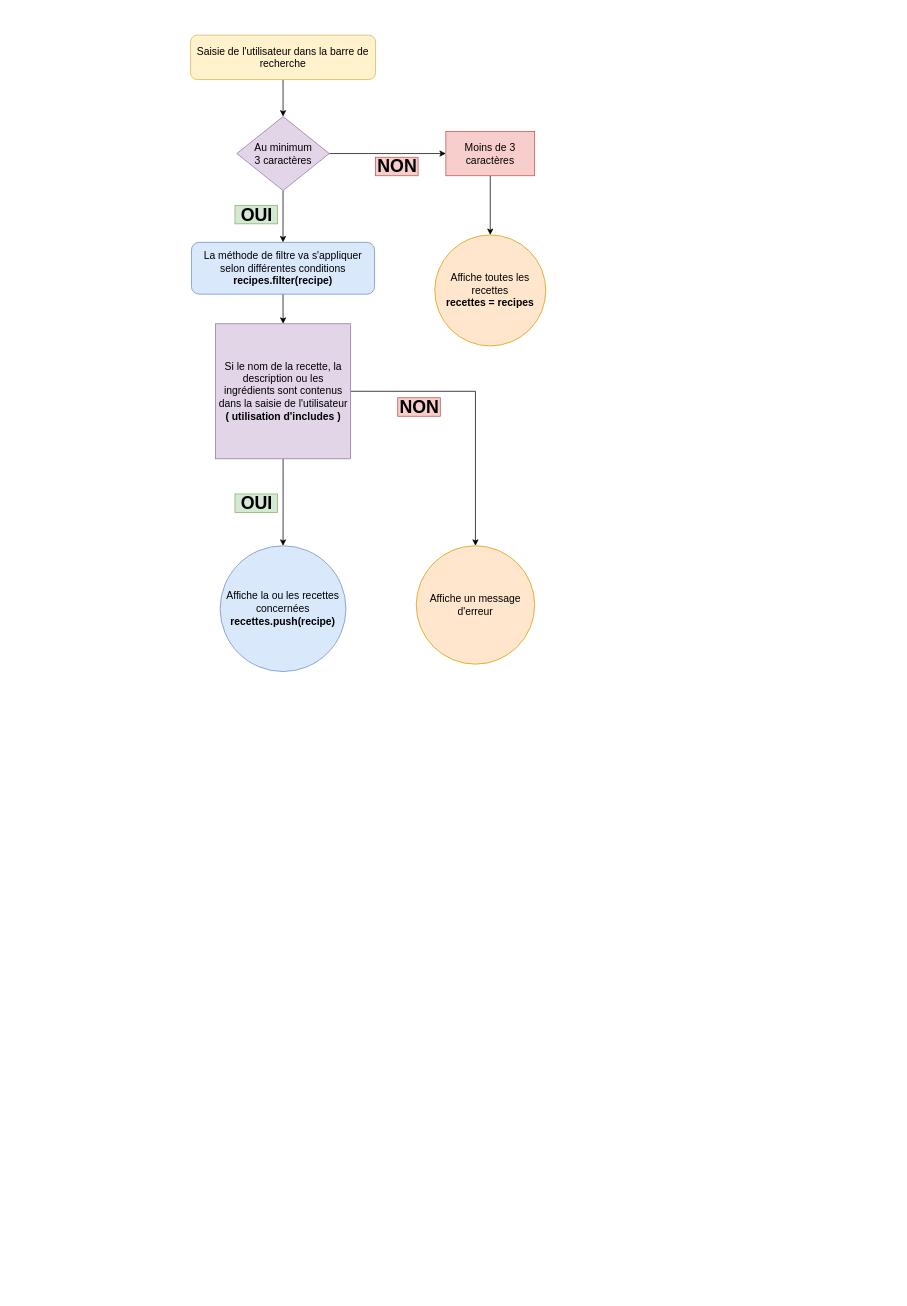
The draw.io diagram page "Page-1" (1 of 2) of Diagramme sans nom.drawio in julienberal75014/P7_LesPetitsPlats_Project, before the edit. Source tidied: cells renumbered, new cells numbered last; positions are measured from the earlier drawing's top-left corner, leaving out a move shared by most shapes. Both pictures are drawn from the tidied source at 74%, with x=0, y=0 at pixel (190, 35).
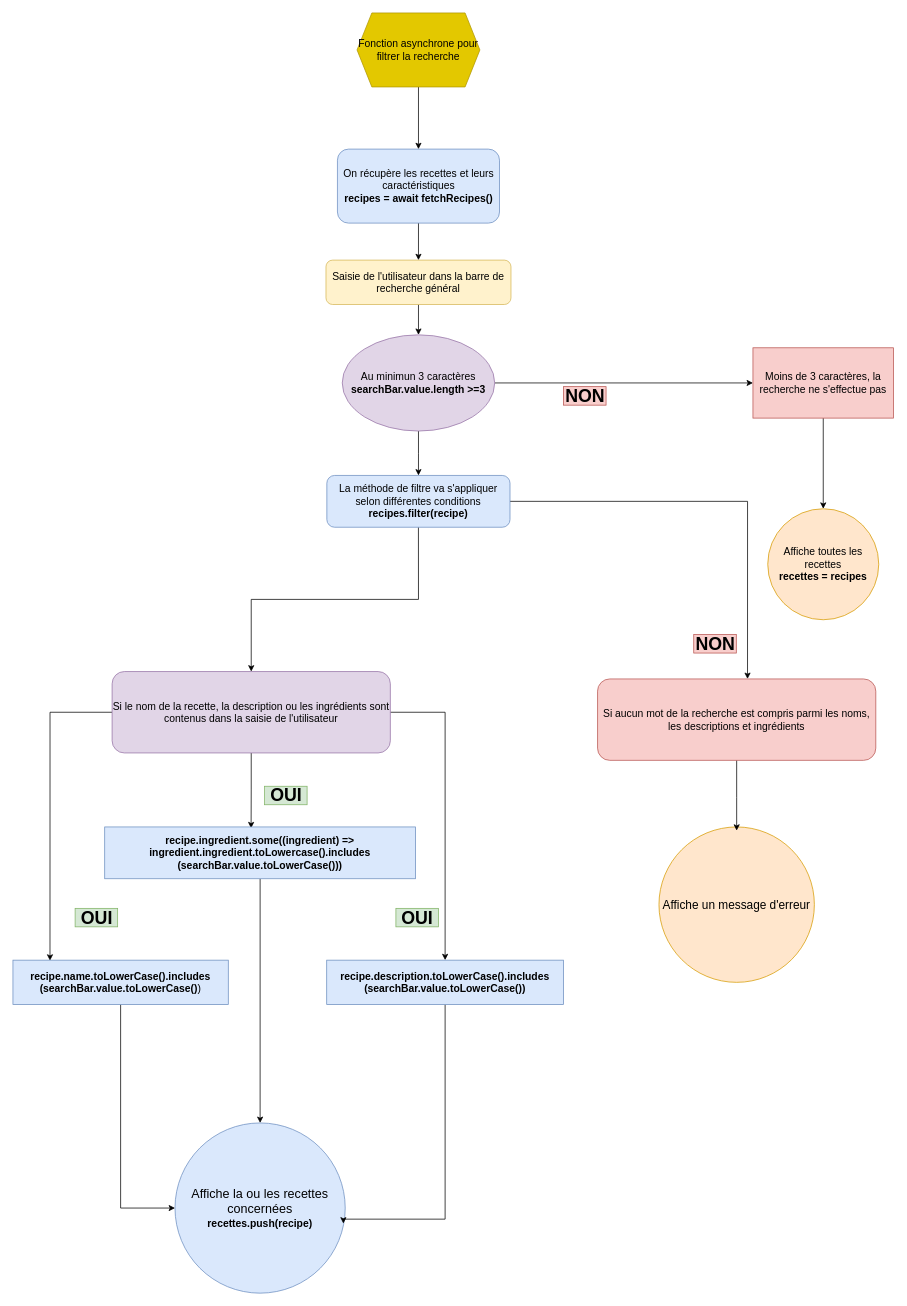
The same diagram, later.

What changed in the source:
```diff
@@
-    <mxCell id="2" style="edgeStyle=orthogonalEdgeStyle;rounded=0;jettySize=auto;html=1;exitX=0.5;exitY=1;exitDx=0;exitDy=0;" parent="1" edge="1" source="3" target="6">
-      <mxGeometry relative="1" as="geometry" />
-    </mxCell>
+    <mxCell id="21" style="edgeStyle=orthogonalEdgeStyle;rounded=0;jettySize=auto;html=1;exitX=0.5;exitY=1;exitDx=0;exitDy=0;fontSize=14;" parent="1" edge="1" source="3" target="30">
+      <mxGeometry relative="1" as="geometry" />
+    </mxCell>
-    <mxCell id="3" value="&lt;font style=&quot;font-size: 14px;&quot;&gt;Saisie de l'utilisateur dans la barre de recherche&lt;/font&gt;" style="rounded=1;whiteSpace=wrap;html=1;fillColor=#fff2cc;strokeColor=#d6b656;" parent="1" vertex="1">
-      <mxGeometry width="250" height="60" as="geometry" />
+    <mxCell id="3" value="&lt;font style=&quot;font-size: 14px;&quot;&gt;Saisie de l'utilisateur dans la barre de recherche général&lt;br&gt;&lt;/font&gt;" style="rounded=1;whiteSpace=wrap;html=1;fillColor=#fff2cc;strokeColor=#d6b656;" parent="1" vertex="1">
+      <mxGeometry x="183" y="304" width="250" height="60" as="geometry" />
     </mxCell>
-    <mxCell id="4" style="edgeStyle=orthogonalEdgeStyle;rounded=0;jettySize=auto;html=1;exitX=0.5;exitY=1;exitDx=0;exitDy=0;entryX=0.5;entryY=0;entryDx=0;entryDy=0;" parent="1" edge="1" source="6" target="8">
-      <mxGeometry relative="1" as="geometry" />
-    </mxCell>
-    <mxCell id="5" style="edgeStyle=orthogonalEdgeStyle;rounded=0;jettySize=auto;html=1;exitX=1;exitY=0.5;exitDx=0;exitDy=0;" parent="1" edge="1" source="6" target="18">
-      <mxGeometry relative="1" as="geometry" />
-    </mxCell>
-    <mxCell id="6" value="&lt;div style=&quot;font-size: 14px;&quot;&gt;Au minimum&lt;/div&gt;&lt;div style=&quot;font-size: 14px;&quot;&gt;3 caractères&lt;br&gt;&lt;/div&gt;" style="rhombus;whiteSpace=wrap;html=1;fillColor=#e1d5e7;strokeColor=#9673a6;" parent="1" vertex="1">
-      <mxGeometry x="62.5" y="110" width="125" height="100" as="geometry" />
-    </mxCell>
-    <mxCell id="7" style="edgeStyle=orthogonalEdgeStyle;rounded=0;jettySize=auto;html=1;exitX=0.5;exitY=1;exitDx=0;exitDy=0;" parent="1" edge="1" source="8" target="11">
-      <mxGeometry relative="1" as="geometry" />
-    </mxCell>
+    <mxCell id="22" style="edgeStyle=orthogonalEdgeStyle;rounded=0;jettySize=auto;html=1;exitX=0.5;exitY=1;exitDx=0;exitDy=0;fontFamily=Helvetica;fontSize=14;" parent="1" edge="1" source="8" target="34">
+      <mxGeometry relative="1" as="geometry" />
+    </mxCell>
+    <mxCell id="23" style="edgeStyle=orthogonalEdgeStyle;rounded=0;jettySize=auto;html=1;exitX=1;exitY=0.5;exitDx=0;exitDy=0;entryX=0.539;entryY=0;entryDx=0;entryDy=0;entryPerimeter=0;fontFamily=Helvetica;fontSize=14;" parent="1" edge="1" source="8" target="44">
+      <mxGeometry relative="1" as="geometry" />
+    </mxCell>
     <mxCell id="8" value="&lt;div align=&quot;center&quot;&gt;&lt;font style=&quot;font-size: 14px;&quot;&gt;La méthode de filtre va s'appliquer selon différentes conditions&lt;b&gt;&lt;br&gt;&lt;/b&gt;&lt;/font&gt;&lt;/div&gt;&lt;div align=&quot;center&quot;&gt;&lt;div align=&quot;center&quot;&gt;&lt;font style=&quot;font-size: 14px;&quot;&gt;&lt;b&gt;recipes.filter(recipe)&lt;/b&gt;&lt;/font&gt;&lt;/div&gt;&lt;/div&gt;" style="rounded=1;whiteSpace=wrap;html=1;align=center;fillColor=#dae8fc;strokeColor=#6c8ebf;" parent="1" vertex="1">
-      <mxGeometry x="1.2" y="280" width="247.5" height="70" as="geometry" />
+      <mxGeometry x="184.2" y="595" width="247.5" height="70" as="geometry" />
     </mxCell>
-    <mxCell id="9" style="edgeStyle=orthogonalEdgeStyle;rounded=0;jettySize=auto;html=1;exitX=0.5;exitY=1;exitDx=0;exitDy=0;entryX=0.5;entryY=0;entryDx=0;entryDy=0;" parent="1" edge="1" source="11" target="12">
-      <mxGeometry relative="1" as="geometry" />
-    </mxCell>
-    <mxCell id="10" style="edgeStyle=orthogonalEdgeStyle;rounded=0;jettySize=auto;html=1;exitX=1;exitY=0.5;exitDx=0;exitDy=0;fontSize=14;" parent="1" edge="1" source="11" target="20">
-      <mxGeometry relative="1" as="geometry" />
-    </mxCell>
-    <mxCell id="11" value="&lt;div style=&quot;font-size: 14px;&quot;&gt;Si le nom de la recette, la description ou les ingrédients sont contenus dans la saisie de l'utilisateur&lt;/div&gt;&lt;div style=&quot;font-size: 14px;&quot;&gt;&lt;b&gt;( utilisation d'includes )&lt;/b&gt;&lt;br&gt;&lt;/div&gt;" style="whiteSpace=wrap;html=1;fillColor=#e1d5e7;strokeColor=#9673a6;" parent="1" vertex="1">
-      <mxGeometry x="33.8" y="390" width="182.5" height="182.5" as="geometry" />
-    </mxCell>
-    <mxCell id="12" value="&lt;div style=&quot;font-size: 14px;&quot;&gt;&lt;font style=&quot;font-size: 14px;&quot;&gt;Affiche la ou les recettes concernées&lt;/font&gt;&lt;/div&gt;&lt;div style=&quot;font-size: 14px;&quot;&gt;&lt;font style=&quot;font-size: 14px;&quot;&gt;&lt;b&gt;recettes.push(recipe)&lt;/b&gt;&lt;/font&gt;&lt;br&gt;&lt;/div&gt;" style="ellipse;whiteSpace=wrap;html=1;fillColor=#dae8fc;strokeColor=#6c8ebf;" parent="1" vertex="1">
-      <mxGeometry x="40" y="690" width="170" height="170" as="geometry" />
+    <mxCell id="12" value="&lt;div style=&quot;font-size: 17px;&quot;&gt;&lt;font style=&quot;font-size: 17px;&quot;&gt;Affiche la ou les recettes concernées&lt;/font&gt;&lt;/div&gt;&lt;div style=&quot;font-size: 14px;&quot;&gt;&lt;font style=&quot;font-size: 14px;&quot;&gt;&lt;b&gt;recettes.push(recipe)&lt;/b&gt;&lt;/font&gt;&lt;br&gt;&lt;/div&gt;" style="ellipse;whiteSpace=wrap;html=1;fillColor=#dae8fc;strokeColor=#6c8ebf;" parent="1" vertex="1">
+      <mxGeometry x="-21" y="1470" width="230" height="230" as="geometry" />
     </mxCell>
-    <mxCell id="13" value="OUI" style="text;strokeColor=#82b366;fillColor=#d5e8d4;html=1;fontSize=24;fontStyle=1;verticalAlign=middle;align=center;" parent="1" vertex="1">
-      <mxGeometry x="60" y="230" width="57.5" height="25" as="geometry" />
-    </mxCell>
     <mxCell id="14" value="&lt;div style=&quot;font-size: 14px;&quot;&gt;&lt;font style=&quot;font-size: 14px;&quot;&gt;Affiche toutes les recettes&lt;/font&gt;&lt;/div&gt;&lt;div style=&quot;font-size: 14px;&quot;&gt;&lt;font style=&quot;font-size: 14px;&quot;&gt;&lt;b&gt;recettes = recipes&lt;/b&gt;&lt;/font&gt;&lt;br&gt;&lt;/div&gt;" style="ellipse;whiteSpace=wrap;html=1;fillColor=#ffe6cc;strokeColor=#d79b00;" parent="1" vertex="1">
-      <mxGeometry x="330" y="270" width="150" height="150" as="geometry" />
+      <mxGeometry x="780" y="640" width="150" height="150" as="geometry" />
     </mxCell>
     <mxCell id="15" value="NON" style="text;strokeColor=#b85450;fillColor=#f8cecc;html=1;fontSize=24;fontStyle=1;verticalAlign=middle;align=center;" parent="1" vertex="1">
-      <mxGeometry x="280" y="490" width="57.5" height="25" as="geometry" />
+      <mxGeometry x="680" y="810" width="57.5" height="25" as="geometry" />
     </mxCell>
     <mxCell id="16" value="OUI" style="text;strokeColor=#82b366;fillColor=#d5e8d4;html=1;fontSize=24;fontStyle=1;verticalAlign=middle;align=center;" parent="1" vertex="1">
-      <mxGeometry x="60" y="620" width="57.5" height="25" as="geometry" />
+      <mxGeometry x="100" y="1015" width="57.5" height="25" as="geometry" />
     </mxCell>
-    <mxCell id="17" style="edgeStyle=orthogonalEdgeStyle;rounded=0;jettySize=auto;html=1;exitX=0.5;exitY=1;exitDx=0;exitDy=0;fontSize=14;" parent="1" edge="1" source="18" target="14">
+    <mxCell id="17" style="edgeStyle=orthogonalEdgeStyle;rounded=0;jettySize=auto;html=1;exitX=0.5;exitY=1;exitDx=0;exitDy=0;fontFamily=Helvetica;fontSize=14;" parent="1" edge="1" source="18" target="14">
       <mxGeometry relative="1" as="geometry" />
     </mxCell>
-    <mxCell id="18" value="&lt;font style=&quot;font-size: 14px;&quot;&gt;Moins de 3 caractères&lt;/font&gt;" style="rounded=0;whiteSpace=wrap;html=1;fillColor=#f8cecc;strokeColor=#b85450;" parent="1" vertex="1">
-      <mxGeometry x="345" y="130" width="120" height="60" as="geometry" />
+    <mxCell id="18" value="&lt;font style=&quot;font-size: 14px;&quot;&gt;Moins de 3 caractères, la recherche ne s'effectue pas&lt;br&gt;&lt;/font&gt;" style="rounded=0;whiteSpace=wrap;html=1;fillColor=#f8cecc;strokeColor=#b85450;" parent="1" vertex="1">
+      <mxGeometry x="760" y="422.5" width="190" height="95" as="geometry" />
     </mxCell>
     <mxCell id="19" value="NON" style="text;strokeColor=#b85450;fillColor=#f8cecc;html=1;fontSize=24;fontStyle=1;verticalAlign=middle;align=center;" parent="1" vertex="1">
-      <mxGeometry x="250" y="165" width="57.5" height="25" as="geometry" />
+      <mxGeometry x="504" y="475" width="57.5" height="25" as="geometry" />
     </mxCell>
-    <mxCell id="20" value="Affiche un message d'erreur" style="ellipse;whiteSpace=wrap;html=1;fontSize=14;fillColor=#ffe6cc;strokeColor=#d79b00;" parent="1" vertex="1">
-      <mxGeometry x="305" y="690" width="160" height="160" as="geometry" />
+    <mxCell id="20" value="&lt;p style=&quot;line-height: 100%; font-size: 16px;&quot;&gt;&lt;font style=&quot;font-size: 16px;&quot;&gt;Affiche un message d'erreur&lt;br&gt;&lt;/font&gt;&lt;/p&gt;" style="ellipse;whiteSpace=wrap;html=1;fontSize=14;fillColor=#ffe6cc;strokeColor=#d79b00;fontStyle=0;" parent="1" vertex="1">
+      <mxGeometry x="633" y="1070" width="210" height="210" as="geometry" />
     </mxCell>
+    <mxCell id="24" style="edgeStyle=orthogonalEdgeStyle;rounded=0;jettySize=auto;html=1;exitX=0.5;exitY=1;exitDx=0;exitDy=0;fontSize=14;" parent="1" edge="1" source="25" target="3">
+      <mxGeometry relative="1" as="geometry" />
+    </mxCell>
+    <mxCell id="25" value="&lt;div&gt;On récupère les recettes et leurs caractéristiques&lt;/div&gt;&lt;div&gt;&lt;div&gt;&lt;b&gt;recipes = await fetchRecipes()&lt;/b&gt;&lt;/div&gt;&lt;/div&gt;" style="rounded=1;whiteSpace=wrap;html=1;fontSize=14;fillColor=#dae8fc;strokeColor=#6c8ebf;" parent="1" vertex="1">
+      <mxGeometry x="198.5" y="154" width="219" height="100" as="geometry" />
+    </mxCell>
+    <mxCell id="26" style="edgeStyle=orthogonalEdgeStyle;rounded=0;jettySize=auto;html=1;exitX=0.5;exitY=1;exitDx=0;exitDy=0;fontFamily=Helvetica;fontSize=14;" parent="1" edge="1" source="27" target="25">
+      <mxGeometry relative="1" as="geometry" />
+    </mxCell>
+    <mxCell id="27" value="Fonction asynchrone pour filtrer la recherche" style="shape=hexagon;perimeter=hexagonPerimeter2;whiteSpace=wrap;html=1;fixedSize=1;fontSize=14;fillColor=#e3c800;fontColor=#000000;strokeColor=#B09500;" parent="1" vertex="1">
+      <mxGeometry x="225" y="-30" width="166" height="100" as="geometry" />
+    </mxCell>
+    <mxCell id="28" style="edgeStyle=orthogonalEdgeStyle;rounded=0;jettySize=auto;html=1;exitX=1;exitY=0.5;exitDx=0;exitDy=0;fontSize=14;" parent="1" edge="1" source="30" target="18">
+      <mxGeometry relative="1" as="geometry" />
+    </mxCell>
+    <mxCell id="29" style="edgeStyle=orthogonalEdgeStyle;rounded=0;jettySize=auto;html=1;exitX=0.5;exitY=1;exitDx=0;exitDy=0;fontSize=14;" parent="1" edge="1" source="30" target="8">
+      <mxGeometry relative="1" as="geometry" />
+    </mxCell>
+    <mxCell id="30" value="&lt;div style=&quot;font-size: 14px;&quot;&gt;Au minimun 3 caractères&lt;/div&gt;&lt;b&gt;searchBar.value.length &amp;gt;=3&lt;/b&gt;" style="ellipse;whiteSpace=wrap;html=1;fontSize=14;fillColor=#e1d5e7;strokeColor=#9673a6;" parent="1" vertex="1">
+      <mxGeometry x="205" y="405" width="206" height="130" as="geometry" />
+    </mxCell>
+    <mxCell id="31" style="edgeStyle=orthogonalEdgeStyle;rounded=0;jettySize=auto;html=1;exitX=0;exitY=0.5;exitDx=0;exitDy=0;entryX=0.172;entryY=0.011;entryDx=0;entryDy=0;entryPerimeter=0;fontFamily=Helvetica;fontSize=14;" parent="1" edge="1" source="34" target="36">
+      <mxGeometry relative="1" as="geometry" />
+    </mxCell>
+    <mxCell id="32" style="edgeStyle=orthogonalEdgeStyle;rounded=0;jettySize=auto;html=1;exitX=1;exitY=0.5;exitDx=0;exitDy=0;fontFamily=Helvetica;fontSize=14;" parent="1" edge="1" source="34" target="38">
+      <mxGeometry relative="1" as="geometry" />
+    </mxCell>
+    <mxCell id="33" style="edgeStyle=orthogonalEdgeStyle;rounded=0;jettySize=auto;html=1;exitX=0.5;exitY=1;exitDx=0;exitDy=0;entryX=0.471;entryY=0.026;entryDx=0;entryDy=0;entryPerimeter=0;fontFamily=Helvetica;fontSize=14;" parent="1" edge="1" source="34" target="40">
+      <mxGeometry relative="1" as="geometry" />
+    </mxCell>
+    <mxCell id="34" value="&lt;div style=&quot;font-size: 14px;&quot;&gt;Si le nom de la recette, la description ou les ingrédients sont contenus dans la saisie de l'utilisateur&lt;/div&gt;" style="rounded=1;whiteSpace=wrap;html=1;fontSize=14;fillColor=#e1d5e7;strokeColor=#9673a6;" parent="1" vertex="1">
+      <mxGeometry x="-106" y="860" width="376" height="110" as="geometry" />
+    </mxCell>
+    <mxCell id="35" style="edgeStyle=orthogonalEdgeStyle;rounded=0;jettySize=auto;html=1;exitX=0.5;exitY=1;exitDx=0;exitDy=0;entryX=0;entryY=0.5;entryDx=0;entryDy=0;fontFamily=Helvetica;fontSize=14;" parent="1" edge="1" source="36" target="12">
+      <mxGeometry relative="1" as="geometry" />
+    </mxCell>
+    <mxCell id="36" value="&lt;div&gt;&lt;b&gt;recipe.name.toLowerCase().includes&lt;/b&gt;&lt;/div&gt;&lt;div&gt;&lt;b&gt;(searchBar.value.toLowerCase()&lt;/b&gt;)&lt;/div&gt;" style="rounded=0;whiteSpace=wrap;html=1;fontFamily=Helvetica;fontSize=14;fillColor=#dae8fc;strokeColor=#6c8ebf;" parent="1" vertex="1">
+      <mxGeometry x="-240" y="1250" width="291" height="60" as="geometry" />
+    </mxCell>
+    <mxCell id="37" style="edgeStyle=orthogonalEdgeStyle;rounded=0;jettySize=auto;html=1;exitX=0.5;exitY=1;exitDx=0;exitDy=0;entryX=0.989;entryY=0.591;entryDx=0;entryDy=0;entryPerimeter=0;fontFamily=Helvetica;fontSize=14;" parent="1" edge="1" source="38" target="12">
+      <mxGeometry relative="1" as="geometry">
+        <Array as="points">
+          <mxPoint x="344" y="1600" />
+          <mxPoint x="207" y="1600" />
+        </Array>
+      </mxGeometry>
+    </mxCell>
+    <mxCell id="38" value="&lt;div&gt;&lt;b&gt;recipe.description.toLowerCase().includes&lt;/b&gt;&lt;/div&gt;&lt;div&gt;&lt;b&gt;(searchBar.value.toLowerCase())&lt;/b&gt;&lt;/div&gt;" style="rounded=0;whiteSpace=wrap;html=1;fontFamily=Helvetica;fontSize=14;fillColor=#dae8fc;strokeColor=#6c8ebf;" parent="1" vertex="1">
+      <mxGeometry x="184" y="1250" width="320" height="60" as="geometry" />
+    </mxCell>
+    <mxCell id="39" style="edgeStyle=orthogonalEdgeStyle;rounded=0;jettySize=auto;html=1;exitX=0.5;exitY=1;exitDx=0;exitDy=0;fontFamily=Helvetica;fontSize=14;" parent="1" edge="1" source="40" target="12">
+      <mxGeometry relative="1" as="geometry" />
+    </mxCell>
+    <mxCell id="40" value="&lt;div&gt;&lt;b&gt;recipe.ingredient.some((ingredient) =&amp;gt; ingredient.ingredient.toLowercase().includes&lt;/b&gt;&lt;/div&gt;&lt;div&gt;&lt;b&gt;(searchBar.value.toLowerCase()))&lt;/b&gt;&lt;/div&gt;" style="rounded=0;whiteSpace=wrap;html=1;fontFamily=Helvetica;fontSize=14;fillColor=#dae8fc;strokeColor=#6c8ebf;" parent="1" vertex="1">
+      <mxGeometry x="-116" y="1070" width="420" height="70" as="geometry" />
+    </mxCell>
+    <mxCell id="41" value="OUI" style="text;strokeColor=#82b366;fillColor=#d5e8d4;html=1;fontSize=24;fontStyle=1;verticalAlign=middle;align=center;" parent="1" vertex="1">
+      <mxGeometry x="-156" y="1180" width="57.5" height="25" as="geometry" />
+    </mxCell>
+    <mxCell id="42" value="OUI" style="text;strokeColor=#82b366;fillColor=#d5e8d4;html=1;fontSize=24;fontStyle=1;verticalAlign=middle;align=center;" parent="1" vertex="1">
+      <mxGeometry x="277.5" y="1180" width="57.5" height="25" as="geometry" />
+    </mxCell>
+    <mxCell id="43" style="edgeStyle=orthogonalEdgeStyle;rounded=0;jettySize=auto;html=1;exitX=0.5;exitY=1;exitDx=0;exitDy=0;fontFamily=Helvetica;fontSize=14;" parent="1" edge="1" source="44">
+      <mxGeometry relative="1" as="geometry">
+        <mxPoint x="738" y="1075" as="targetPoint" />
+        <Array as="points">
+          <mxPoint x="738" y="1030" />
+          <mxPoint x="738" y="1030" />
+        </Array>
+      </mxGeometry>
+    </mxCell>
+    <mxCell id="44" value="Si aucun mot de la recherche est compris parmi les noms, les descriptions et ingrédients" style="rounded=1;whiteSpace=wrap;html=1;fontSize=14;fillColor=#f8cecc;strokeColor=#b85450;" parent="1" vertex="1">
+      <mxGeometry x="550" y="870" width="376" height="110" as="geometry" />
+    </mxCell>
```
